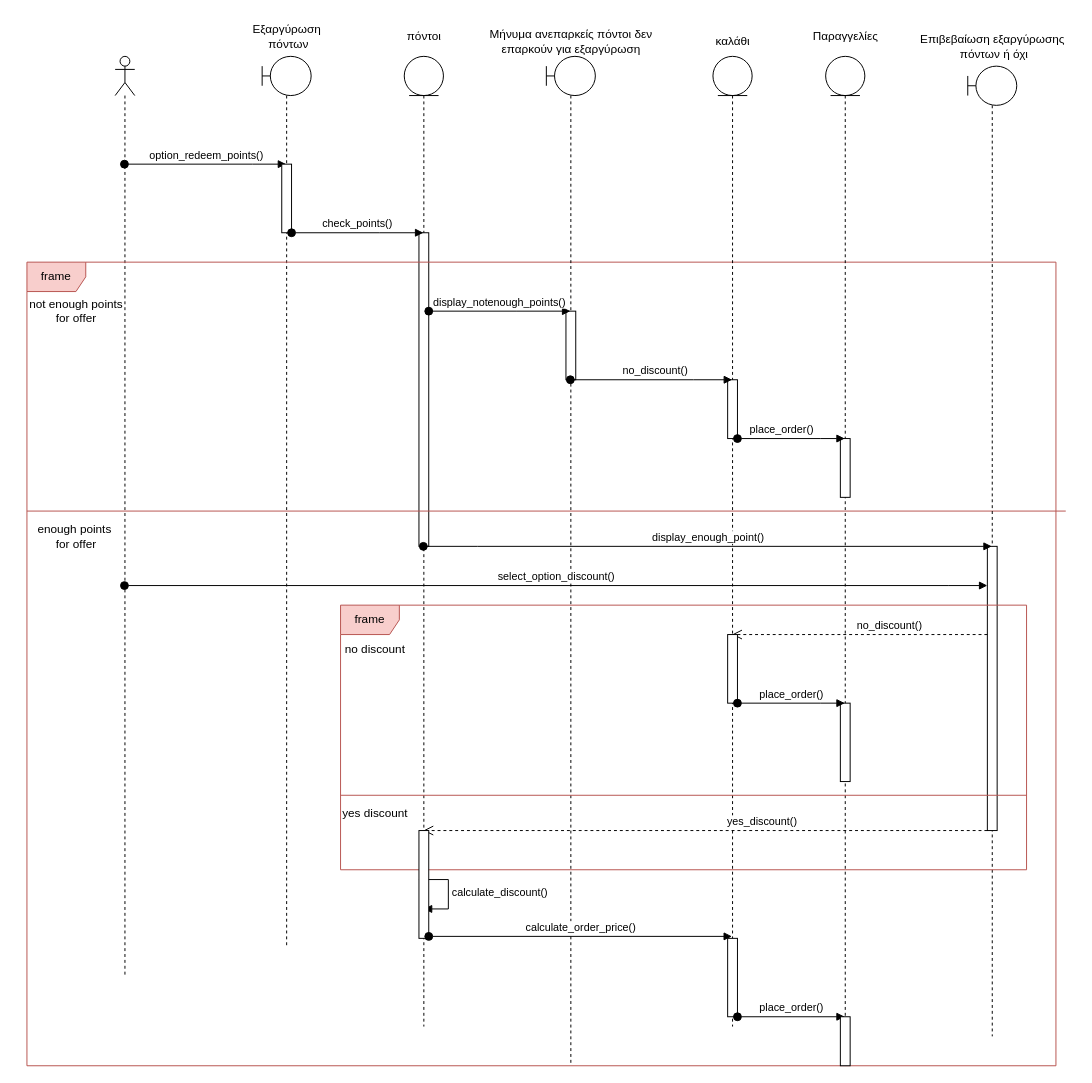
Galenus-Pharmacy/GalenusPharmacies keeps this draw.io diagram as Παραδοτέο_4/sequence/sequence_7.drawio. Above is the earlier version. Source tidied: cells renumbered, new cells numbered last; positions are measured from the earlier drawing's top-left corner, leaving out a move shared by most shapes. Both pictures are drawn from the tidied source at 98%, with x=0, y=0 at pixel (17, 17).
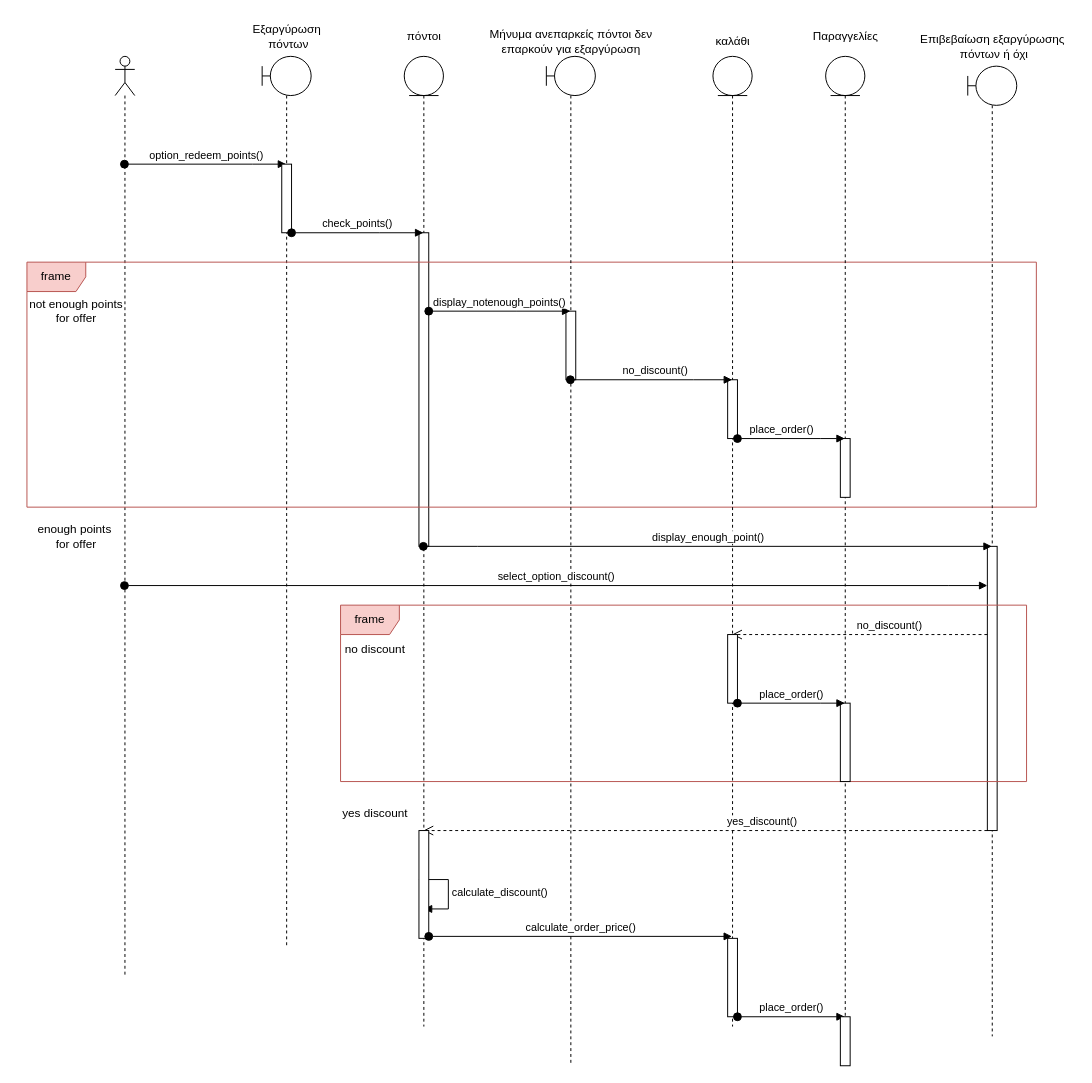
After the change.

Change to the diagram source:
```diff
@@
     <mxCell id="11" value="frame" style="shape=umlFrame;whiteSpace=wrap;html=1;fillColor=#f8cecc;strokeColor=#b85450;" parent="1" vertex="1">
-      <mxGeometry x="10" y="250" width="1050" height="820" as="geometry" />
+      <mxGeometry x="10" y="250" width="1030" height="250" as="geometry" />
     </mxCell>
@@
-    <mxCell id="26" style="line;strokeWidth=1;fillColor=#f8cecc;align=left;verticalAlign=middle;spacingTop=-1;spacingLeft=3;spacingRight=3;labelPosition=right;strokeColor=#b85450;" parent="1" vertex="1">
-      <mxGeometry x="10" y="500" width="1060" height="8" as="geometry" />
-    </mxCell>
@@
     <mxCell id="32" value="frame" style="shape=umlFrame;whiteSpace=wrap;html=1;fillColor=#f8cecc;strokeColor=#b85450;" parent="1" vertex="1">
-      <mxGeometry x="330" y="600" width="700" height="270" as="geometry" />
+      <mxGeometry x="330" y="600" width="700" height="180" as="geometry" />
     </mxCell>
@@
-    <mxCell id="39" style="line;strokeWidth=1;fillColor=#f8cecc;align=left;verticalAlign=middle;spacingTop=-1;spacingLeft=3;spacingRight=3;labelPosition=right;strokeColor=#b85450;" parent="1" vertex="1">
-      <mxGeometry x="330" y="790" width="700" height="8" as="geometry" />
-    </mxCell>
```
